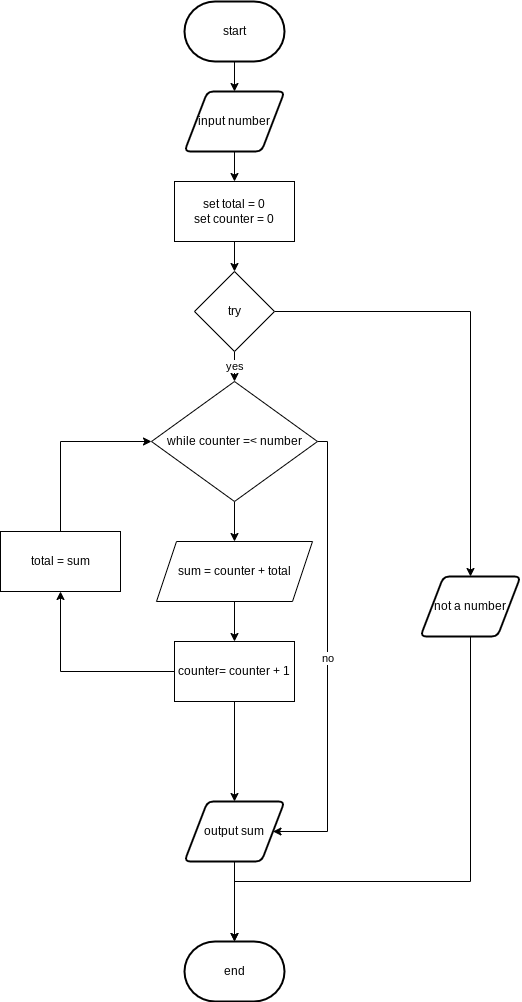
This is flow.png from devin-jhu/ICS3U-Unit4-02-Python, a draw.io export, as it was before one commit. Source tidied: cells renumbered, new cells last; positions are measured from the earlier drawing's top-left corner, leaving out a move shared by most shapes.
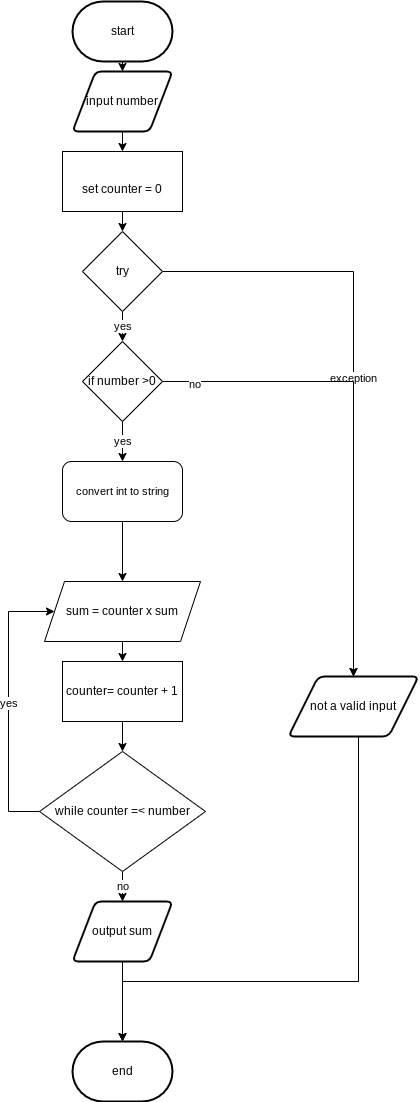
The same diagram one commit later.

The edit, as a diff of the source:
```diff
@@ -12,80 +12,86 @@
       <mxGeometry relative="1" as="geometry" />
     </mxCell>
     <mxCell id="5" value="input number" style="shape=parallelogram;html=1;strokeWidth=2;perimeter=parallelogramPerimeter;whiteSpace=wrap;rounded=1;arcSize=12;size=0.23;" parent="1" vertex="1">
-      <mxGeometry x="184" y="90" width="100" height="60" as="geometry" />
+      <mxGeometry x="184" y="70" width="100" height="60" as="geometry" />
     </mxCell>
     <mxCell id="6" style="edgeStyle=none;html=1;exitX=0.5;exitY=1;exitDx=0;exitDy=0;entryX=0.5;entryY=0;entryDx=0;entryDy=0;entryPerimeter=0;" parent="1" edge="1" source="7" target="8">
       <mxGeometry relative="1" as="geometry" />
     </mxCell>
     <mxCell id="7" value="output sum" style="shape=parallelogram;html=1;strokeWidth=2;perimeter=parallelogramPerimeter;whiteSpace=wrap;rounded=1;arcSize=12;size=0.23;" parent="1" vertex="1">
-      <mxGeometry x="184" y="800" width="100" height="60" as="geometry" />
+      <mxGeometry x="184" y="900" width="100" height="60" as="geometry" />
     </mxCell>
     <mxCell id="8" value="end" style="strokeWidth=2;html=1;shape=mxgraph.flowchart.terminator;whiteSpace=wrap;" parent="1" vertex="1">
-      <mxGeometry x="184" y="940" width="100" height="60" as="geometry" />
+      <mxGeometry x="184" y="1040" width="100" height="60" as="geometry" />
     </mxCell>
-    <mxCell id="9" value="yes" style="edgeStyle=none;html=1;exitX=0.5;exitY=1;exitDx=0;exitDy=0;entryX=0.5;entryY=0;entryDx=0;entryDy=0;" parent="1" edge="1" source="11" target="14">
-      <mxGeometry relative="1" as="geometry" />
-    </mxCell>
-    <mxCell id="10" style="edgeStyle=orthogonalEdgeStyle;shape=connector;rounded=0;html=1;exitX=1;exitY=0.5;exitDx=0;exitDy=0;labelBackgroundColor=default;fontFamily=Helvetica;fontSize=11;fontColor=default;endArrow=classic;strokeColor=default;entryX=0.5;entryY=0;entryDx=0;entryDy=0;" parent="1" edge="1" source="11" target="26">
+    <mxCell id="10" value="exception" style="edgeStyle=orthogonalEdgeStyle;shape=connector;rounded=0;html=1;exitX=1;exitY=0.5;exitDx=0;exitDy=0;labelBackgroundColor=default;fontFamily=Helvetica;fontSize=11;fontColor=default;endArrow=classic;strokeColor=default;entryX=0.5;entryY=0;entryDx=0;entryDy=0;" parent="1" edge="1" source="11" target="26">
       <mxGeometry relative="1" as="geometry" />
     </mxCell>
+    <mxCell id="27" value="yes" style="edgeStyle=orthogonalEdgeStyle;shape=connector;rounded=0;html=1;exitX=0.5;exitY=1;exitDx=0;exitDy=0;entryX=0.5;entryY=0;entryDx=0;entryDy=0;labelBackgroundColor=default;fontFamily=Helvetica;fontSize=11;fontColor=default;endArrow=classic;strokeColor=default;" parent="1" edge="1" source="11" target="31">
+      <mxGeometry relative="1" as="geometry" />
+    </mxCell>
     <mxCell id="11" value="try" style="rhombus;whiteSpace=wrap;html=1;" parent="1" vertex="1">
-      <mxGeometry x="194" y="270" width="80" height="80" as="geometry" />
+      <mxGeometry x="194" y="230" width="80" height="80" as="geometry" />
     </mxCell>
+    <mxCell id="13" value="no" style="edgeStyle=orthogonalEdgeStyle;shape=connector;rounded=0;html=1;exitX=0.5;exitY=1;exitDx=0;exitDy=0;labelBackgroundColor=default;fontFamily=Helvetica;fontSize=11;fontColor=default;endArrow=classic;strokeColor=default;" parent="1" edge="1" source="14" target="7">
+      <mxGeometry relative="1" as="geometry" />
+    </mxCell>
-    <mxCell id="12" style="edgeStyle=none;html=1;entryX=0.5;entryY=0;entryDx=0;entryDy=0;" parent="1" edge="1" source="14" target="16">
-      <mxGeometry relative="1" as="geometry" />
+    <mxCell id="12" value="yes" style="edgeStyle=orthogonalEdgeStyle;shape=connector;rounded=0;html=1;exitX=0;exitY=0.5;exitDx=0;exitDy=0;entryX=0;entryY=0.5;entryDx=0;entryDy=0;labelBackgroundColor=default;fontFamily=Helvetica;fontSize=11;fontColor=default;endArrow=classic;strokeColor=default;" parent="1" edge="1" source="14" target="16">
+      <mxGeometry relative="1" as="geometry">
+        <Array as="points">
+          <mxPoint x="120" y="810" />
+          <mxPoint x="120" y="610" />
+        </Array>
+      </mxGeometry>
     </mxCell>
-    <mxCell id="13" value="no" style="edgeStyle=orthogonalEdgeStyle;shape=connector;rounded=0;html=1;exitX=1;exitY=0.5;exitDx=0;exitDy=0;labelBackgroundColor=default;fontFamily=Helvetica;fontSize=11;fontColor=default;endArrow=classic;strokeColor=default;entryX=1;entryY=0.5;entryDx=0;entryDy=0;" parent="1" edge="1" source="14" target="7">
-      <mxGeometry relative="1" as="geometry">
-        <Array as="points">
-          <mxPoint x="327" y="440" />
-          <mxPoint x="327" y="830" />
-        </Array>
-      </mxGeometry>
-    </mxCell>
     <mxCell id="14" value="while counter =&amp;lt; number" style="rhombus;whiteSpace=wrap;html=1;" parent="1" vertex="1">
-      <mxGeometry x="151" y="380" width="166" height="120" as="geometry" />
+      <mxGeometry x="151" y="750" width="166" height="120" as="geometry" />
     </mxCell>
-    <mxCell id="15" style="edgeStyle=none;html=1;exitX=0.5;exitY=1;exitDx=0;exitDy=0;" parent="1" edge="1" source="16" target="22">
+    <mxCell id="15" style="edgeStyle=orthogonalEdgeStyle;shape=connector;rounded=0;html=1;exitX=0.5;exitY=1;exitDx=0;exitDy=0;entryX=0.5;entryY=0;entryDx=0;entryDy=0;labelBackgroundColor=default;fontFamily=Helvetica;fontSize=11;fontColor=default;endArrow=classic;strokeColor=default;" parent="1" edge="1" source="16" target="22">
       <mxGeometry relative="1" as="geometry" />
     </mxCell>
-    <mxCell id="16" value="sum = counter + total" style="shape=parallelogram;perimeter=parallelogramPerimeter;whiteSpace=wrap;html=1;fixedSize=1;" parent="1" vertex="1">
-      <mxGeometry x="156" y="540" width="156" height="60" as="geometry" />
+    <mxCell id="16" value="sum = counter x sum" style="shape=parallelogram;perimeter=parallelogramPerimeter;whiteSpace=wrap;html=1;fixedSize=1;" parent="1" vertex="1">
+      <mxGeometry x="156" y="580" width="156" height="60" as="geometry" />
     </mxCell>
     <mxCell id="17" style="edgeStyle=none;html=1;exitX=0.5;exitY=1;exitDx=0;exitDy=0;entryX=0.5;entryY=0;entryDx=0;entryDy=0;" parent="1" edge="1" source="18" target="11">
       <mxGeometry relative="1" as="geometry" />
     </mxCell>
-    <mxCell id="18" value="set total = 0&lt;br&gt;set counter = 0" style="rounded=0;whiteSpace=wrap;html=1;" parent="1" vertex="1">
-      <mxGeometry x="174" y="180" width="120" height="60" as="geometry" />
+    <mxCell id="18" value="&lt;br&gt;set counter = 0" style="rounded=0;whiteSpace=wrap;html=1;" parent="1" vertex="1">
+      <mxGeometry x="174" y="150" width="120" height="60" as="geometry" />
     </mxCell>
-    <mxCell id="19" style="edgeStyle=orthogonalEdgeStyle;html=1;exitX=0;exitY=0.5;exitDx=0;exitDy=0;entryX=0;entryY=0.5;entryDx=0;entryDy=0;strokeColor=none;" parent="1" edge="1" source="22" target="14">
+    <mxCell id="19" style="edgeStyle=orthogonalEdgeStyle;shape=connector;rounded=0;html=1;exitX=0.5;exitY=1;exitDx=0;exitDy=0;labelBackgroundColor=default;fontFamily=Helvetica;fontSize=11;fontColor=default;endArrow=classic;strokeColor=default;" parent="1" edge="1" source="22" target="14">
       <mxGeometry relative="1" as="geometry" />
     </mxCell>
-    <mxCell id="20" style="edgeStyle=orthogonalEdgeStyle;html=1;exitX=0;exitY=0.5;exitDx=0;exitDy=0;rounded=0;" parent="1" edge="1" source="22" target="24">
-      <mxGeometry relative="1" as="geometry" />
-    </mxCell>
-    <mxCell id="21" style="edgeStyle=orthogonalEdgeStyle;shape=connector;rounded=0;html=1;exitX=0.5;exitY=1;exitDx=0;exitDy=0;entryX=0.5;entryY=0;entryDx=0;entryDy=0;labelBackgroundColor=default;fontFamily=Helvetica;fontSize=11;fontColor=default;endArrow=classic;strokeColor=default;" parent="1" edge="1" source="22" target="7">
-      <mxGeometry relative="1" as="geometry" />
-    </mxCell>
     <mxCell id="22" value="counter= counter + 1" style="rounded=0;whiteSpace=wrap;html=1;" parent="1" vertex="1">
-      <mxGeometry x="174" y="640" width="120" height="60" as="geometry" />
+      <mxGeometry x="174" y="660" width="120" height="60" as="geometry" />
     </mxCell>
-    <mxCell id="23" style="edgeStyle=orthogonalEdgeStyle;html=1;exitX=0.5;exitY=0;exitDx=0;exitDy=0;entryX=0;entryY=0.5;entryDx=0;entryDy=0;rounded=0;" parent="1" edge="1" source="24" target="14">
-      <mxGeometry relative="1" as="geometry" />
-    </mxCell>
-    <mxCell id="24" value="total = sum" style="rounded=0;whiteSpace=wrap;html=1;" parent="1" vertex="1">
-      <mxGeometry y="530" width="120" height="60" as="geometry" />
-    </mxCell>
     <mxCell id="25" style="edgeStyle=orthogonalEdgeStyle;shape=connector;rounded=0;html=1;exitX=0.5;exitY=1;exitDx=0;exitDy=0;entryX=0.5;entryY=0;entryDx=0;entryDy=0;entryPerimeter=0;labelBackgroundColor=default;fontFamily=Helvetica;fontSize=11;fontColor=default;endArrow=classic;strokeColor=default;" parent="1" edge="1" source="26" target="8">
       <mxGeometry relative="1" as="geometry">
         <Array as="points">
-          <mxPoint x="470" y="880" />
-          <mxPoint x="234" y="880" />
+          <mxPoint x="470" y="980" />
+          <mxPoint x="234" y="980" />
         </Array>
       </mxGeometry>
     </mxCell>
-    <mxCell id="26" value="not a number" style="shape=parallelogram;html=1;strokeWidth=2;perimeter=parallelogramPerimeter;whiteSpace=wrap;rounded=1;arcSize=12;size=0.23;" parent="1" vertex="1">
-      <mxGeometry x="420" y="575" width="100" height="60" as="geometry" />
+    <mxCell id="26" value="not a valid input" style="shape=parallelogram;html=1;strokeWidth=2;perimeter=parallelogramPerimeter;whiteSpace=wrap;rounded=1;arcSize=12;size=0.23;" parent="1" vertex="1">
+      <mxGeometry x="400" y="675" width="130" height="60" as="geometry" />
     </mxCell>
+    <mxCell id="28" style="edgeStyle=orthogonalEdgeStyle;shape=connector;rounded=0;html=1;exitX=1;exitY=0.5;exitDx=0;exitDy=0;entryX=0.5;entryY=0;entryDx=0;entryDy=0;labelBackgroundColor=default;fontFamily=Helvetica;fontSize=11;fontColor=default;endArrow=classic;strokeColor=default;" parent="1" edge="1" source="31" target="26">
+      <mxGeometry relative="1" as="geometry" />
+    </mxCell>
+    <mxCell id="29" value="no" style="edgeLabel;html=1;align=center;verticalAlign=middle;fontSize=11;fontFamily=Helvetica;fontColor=default;" parent="28" vertex="1">
+      <mxGeometry x="-0.87" y="-2" relative="1" as="geometry" />
+    </mxCell>
+    <mxCell id="30" value="yes" style="edgeStyle=orthogonalEdgeStyle;shape=connector;rounded=0;html=1;exitX=0.5;exitY=1;exitDx=0;exitDy=0;labelBackgroundColor=default;fontFamily=Helvetica;fontSize=11;fontColor=default;endArrow=classic;strokeColor=default;" parent="1" edge="1" source="31" target="33">
+      <mxGeometry relative="1" as="geometry" />
+    </mxCell>
+    <mxCell id="31" value="if number &amp;gt;0" style="rhombus;whiteSpace=wrap;html=1;" parent="1" vertex="1">
+      <mxGeometry x="194" y="340" width="80" height="80" as="geometry" />
+    </mxCell>
+    <mxCell id="32" style="edgeStyle=orthogonalEdgeStyle;shape=connector;rounded=0;html=1;exitX=0.5;exitY=1;exitDx=0;exitDy=0;labelBackgroundColor=default;fontFamily=Helvetica;fontSize=11;fontColor=default;endArrow=classic;strokeColor=default;" parent="1" edge="1" source="33" target="16">
+      <mxGeometry relative="1" as="geometry" />
+    </mxCell>
+    <mxCell id="33" value="convert int to string" style="rounded=1;whiteSpace=wrap;html=1;fontFamily=Helvetica;fontSize=11;fontColor=default;" parent="1" vertex="1">
+      <mxGeometry x="174" y="460" width="120" height="60" as="geometry" />
+    </mxCell>
   </root>
 </mxGraphModel>
```
